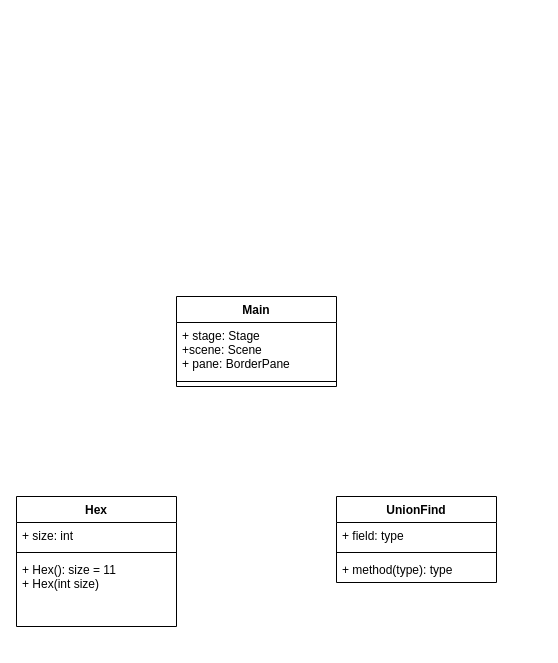
Above: PlanUML.drawio in OmegaGiven/Hexy (draw.io), before the change. Source tidied: cells renumbered, new cells numbered last; positions are measured from the earlier drawing's top-left corner, leaving out a move shared by most shapes. Both pictures are drawn from the tidied source at 100%, with x=0, y=0 at pixel (16, 296).
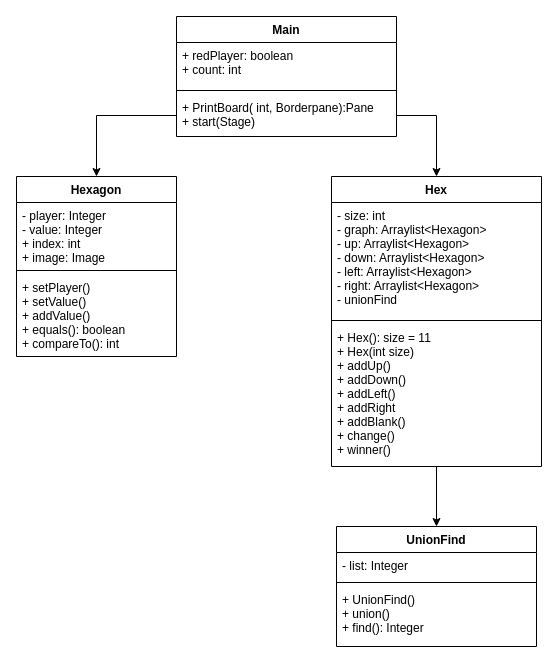
Above is the later version.

What changed in the source:
```diff
@@
-    <mxCell id="2" value="Main" style="swimlane;fontStyle=1;align=center;verticalAlign=top;horizontal=1;startSize=26;" parent="1" vertex="1">
-      <mxGeometry x="160" width="160" height="90" as="geometry" />
-    </mxCell>
-    <mxCell id="3" value="+ stage: Stage&#10;+scene: Scene&#10;+ pane: BorderPane" style="text;strokeColor=none;fillColor=none;align=left;verticalAlign=top;spacingLeft=4;spacingRight=4;overflow=hidden;" parent="2" vertex="1">
-      <mxGeometry y="26" width="160" height="54" as="geometry" />
-    </mxCell>
-    <mxCell id="4" style="line;strokeWidth=1;fillColor=none;align=left;verticalAlign=middle;spacingTop=-1;spacingLeft=3;spacingRight=3;labelPosition=right;" parent="2" vertex="1">
-      <mxGeometry y="80" width="160" height="10" as="geometry" />
-    </mxCell>
     <mxCell id="5" value="UnionFind" style="swimlane;fontStyle=1;align=center;verticalAlign=top;horizontal=1;startSize=26;" parent="1" vertex="1">
-      <mxGeometry x="320" y="200" width="160" height="86" as="geometry" />
+      <mxGeometry x="320" y="230" width="200" height="120" as="geometry" />
     </mxCell>
-    <mxCell id="6" value="+ field: type" style="text;strokeColor=none;fillColor=none;align=left;verticalAlign=top;spacingLeft=4;spacingRight=4;overflow=hidden;" parent="5" vertex="1">
-      <mxGeometry y="26" width="160" height="26" as="geometry" />
+    <mxCell id="6" value="- list: Integer" style="text;strokeColor=none;fillColor=none;align=left;verticalAlign=top;spacingLeft=4;spacingRight=4;overflow=hidden;" parent="5" vertex="1">
+      <mxGeometry y="26" width="200" height="26" as="geometry" />
     </mxCell>
     <mxCell id="7" style="line;strokeWidth=1;fillColor=none;align=left;verticalAlign=middle;spacingTop=-1;spacingLeft=3;spacingRight=3;labelPosition=right;" parent="5" vertex="1">
-      <mxGeometry y="52" width="160" height="8" as="geometry" />
+      <mxGeometry y="52" width="200" height="8" as="geometry" />
     </mxCell>
-    <mxCell id="8" value="+ method(type): type" style="text;strokeColor=none;fillColor=none;align=left;verticalAlign=top;spacingLeft=4;spacingRight=4;overflow=hidden;" parent="5" vertex="1">
-      <mxGeometry y="60" width="160" height="26" as="geometry" />
+    <mxCell id="8" value="+ UnionFind()&#10;+ union()&#10;+ find(): Integer" style="text;strokeColor=none;fillColor=none;align=left;verticalAlign=top;spacingLeft=4;spacingRight=4;overflow=hidden;" parent="5" vertex="1">
+      <mxGeometry y="60" width="200" height="60" as="geometry" />
     </mxCell>
+    <mxCell id="13" style="edgeStyle=orthogonalEdgeStyle;rounded=0;jettySize=auto;html=1;exitX=0.5;exitY=1;exitDx=0;exitDy=0;" parent="1" edge="1" source="9" target="5">
+      <mxGeometry relative="1" as="geometry" />
+    </mxCell>
     <mxCell id="9" value="Hex" style="swimlane;fontStyle=1;align=center;verticalAlign=top;horizontal=1;startSize=26;" parent="1" vertex="1">
-      <mxGeometry y="200" width="160" height="130" as="geometry" />
+      <mxGeometry x="315" y="-120" width="210" height="290" as="geometry" />
     </mxCell>
-    <mxCell id="10" value="+ size: int" style="text;strokeColor=none;fillColor=none;align=left;verticalAlign=top;spacingLeft=4;spacingRight=4;overflow=hidden;" parent="9" vertex="1">
-      <mxGeometry y="26" width="160" height="26" as="geometry" />
+    <mxCell id="10" value="- size: int&#10;- graph: Arraylist&lt;Hexagon&gt;&#10;- up: Arraylist&lt;Hexagon&gt;&#10;- down: Arraylist&lt;Hexagon&gt;&#10;- left: Arraylist&lt;Hexagon&gt;&#10;- right: Arraylist&lt;Hexagon&gt;&#10;- unionFind" style="text;strokeColor=none;fillColor=none;align=left;verticalAlign=top;spacingLeft=4;spacingRight=4;overflow=hidden;" parent="9" vertex="1">
+      <mxGeometry y="26" width="210" height="114" as="geometry" />
     </mxCell>
     <mxCell id="11" style="line;strokeWidth=1;fillColor=none;align=left;verticalAlign=middle;spacingTop=-1;spacingLeft=3;spacingRight=3;labelPosition=right;" parent="9" vertex="1">
-      <mxGeometry y="52" width="160" height="8" as="geometry" />
+      <mxGeometry y="140" width="210" height="8" as="geometry" />
     </mxCell>
-    <mxCell id="12" value="+ Hex(): size = 11&#10;+ Hex(int size)" style="text;strokeColor=none;fillColor=none;align=left;verticalAlign=top;spacingLeft=4;spacingRight=4;overflow=hidden;" parent="9" vertex="1">
-      <mxGeometry y="60" width="160" height="70" as="geometry" />
+    <mxCell id="12" value="+ Hex(): size = 11&#10;+ Hex(int size)&#10;+ addUp()&#10;+ addDown()&#10;+ addLeft()&#10;+ addRight&#10;+ addBlank()&#10;+ change()&#10;+ winner()" style="text;strokeColor=none;fillColor=none;align=left;verticalAlign=top;spacingLeft=4;spacingRight=4;overflow=hidden;" parent="9" vertex="1">
+      <mxGeometry y="148" width="210" height="142" as="geometry" />
     </mxCell>
+    <mxCell id="2" value="Main" style="swimlane;fontStyle=1;align=center;verticalAlign=top;horizontal=1;startSize=26;" parent="1" vertex="1">
+      <mxGeometry x="160" y="-280" width="220" height="120" as="geometry" />
+    </mxCell>
+    <mxCell id="14" value="+ redPlayer: boolean&#10;+ count: int" style="text;strokeColor=none;fillColor=none;align=left;verticalAlign=top;spacingLeft=4;spacingRight=4;overflow=hidden;" parent="2" vertex="1">
+      <mxGeometry y="26" width="220" height="44" as="geometry" />
+    </mxCell>
+    <mxCell id="15" style="line;strokeWidth=1;fillColor=none;align=left;verticalAlign=middle;spacingTop=-1;spacingLeft=3;spacingRight=3;labelPosition=right;" parent="2" vertex="1">
+      <mxGeometry y="70" width="220" height="8" as="geometry" />
+    </mxCell>
+    <mxCell id="16" value="+ PrintBoard( int, Borderpane):Pane&#10;+ start(Stage)" style="text;strokeColor=none;fillColor=none;align=left;verticalAlign=top;spacingLeft=4;spacingRight=4;overflow=hidden;points=[[0,0.5],[1,0.5]];portConstraint=eastwest;" parent="2" vertex="1">
+      <mxGeometry y="78" width="220" height="42" as="geometry" />
+    </mxCell>
+    <mxCell id="17" value="Hexagon" style="swimlane;fontStyle=1;align=center;verticalAlign=top;horizontal=1;startSize=26;" parent="1" vertex="1">
+      <mxGeometry y="-120" width="160" height="180" as="geometry" />
+    </mxCell>
+    <mxCell id="18" value="- player: Integer&#10;- value: Integer&#10;+ index: int&#10;+ image: Image&#10;" style="text;strokeColor=none;fillColor=none;align=left;verticalAlign=top;spacingLeft=4;spacingRight=4;overflow=hidden;" parent="17" vertex="1">
+      <mxGeometry y="26" width="160" height="64" as="geometry" />
+    </mxCell>
+    <mxCell id="19" style="line;strokeWidth=1;fillColor=none;align=left;verticalAlign=middle;spacingTop=-1;spacingLeft=3;spacingRight=3;labelPosition=right;" parent="17" vertex="1">
+      <mxGeometry y="90" width="160" height="8" as="geometry" />
+    </mxCell>
+    <mxCell id="20" value="+ setPlayer()&#10;+ setValue()&#10;+ addValue()&#10;+ equals(): boolean&#10;+ compareTo(): int" style="text;strokeColor=none;fillColor=none;align=left;verticalAlign=top;spacingLeft=4;spacingRight=4;overflow=hidden;" parent="17" vertex="1">
+      <mxGeometry y="98" width="160" height="82" as="geometry" />
+    </mxCell>
+    <mxCell id="21" style="edgeStyle=orthogonalEdgeStyle;rounded=0;jettySize=auto;html=1;exitX=1;exitY=0.5;exitDx=0;exitDy=0;" parent="1" edge="1" source="16" target="9">
+      <mxGeometry relative="1" as="geometry" />
+    </mxCell>
+    <mxCell id="22" style="edgeStyle=orthogonalEdgeStyle;rounded=0;jettySize=auto;html=1;exitX=0;exitY=0.5;exitDx=0;exitDy=0;" parent="1" edge="1" source="16" target="17">
+      <mxGeometry relative="1" as="geometry" />
+    </mxCell>
```
